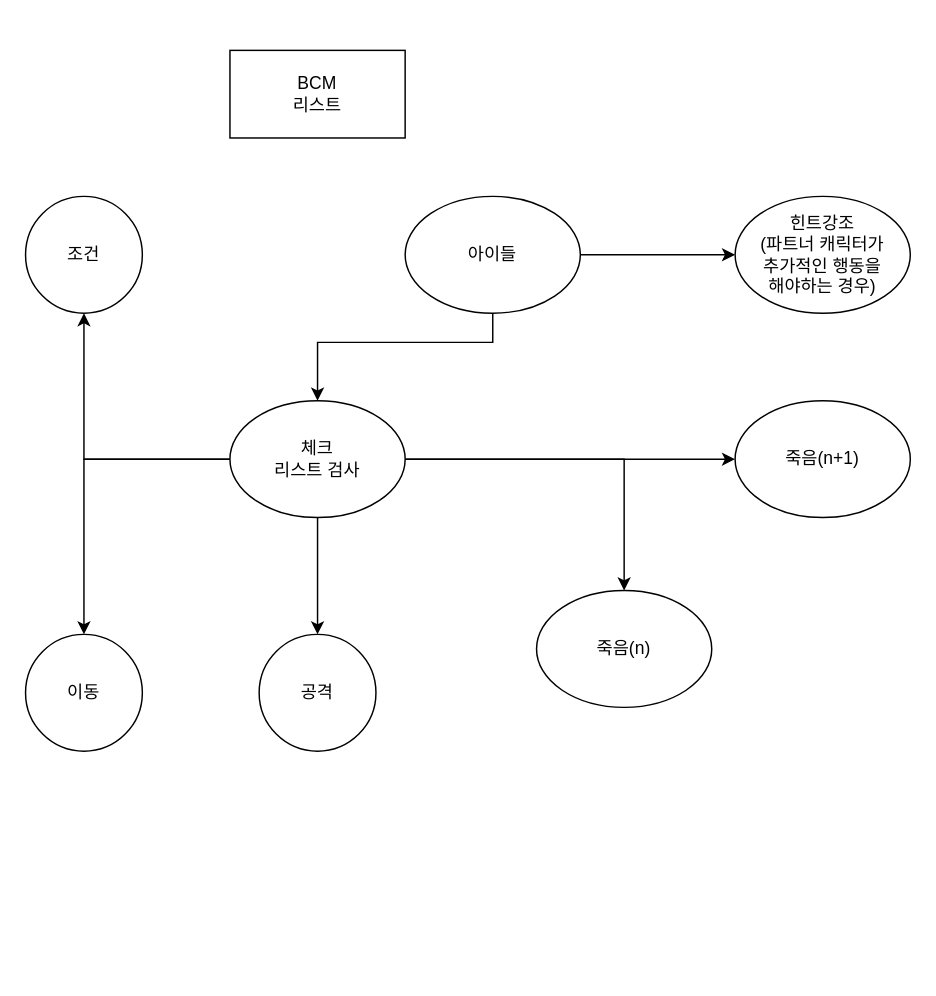
Before: 코딩몬상태패턴.drawio in FavorKim/126_CodeMonster, a draw.io diagram. Source tidied: cells renumbered, new cells numbered last; positions are measured from the earlier drawing's top-left corner, leaving out a move shared by most shapes. Both pictures are drawn from the tidied source at 146%, with x=0, y=0 at pixel (25, 50).
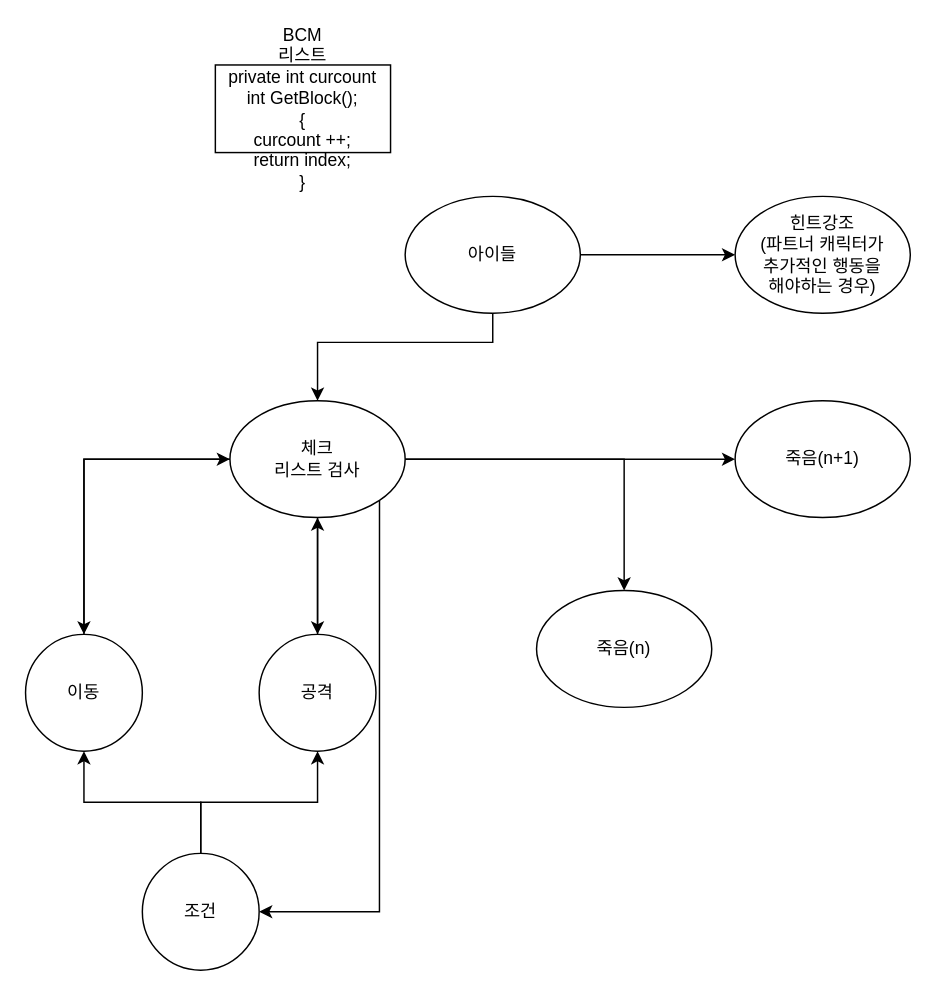
After the change.

Commit message:
코딩몬상태패턴.drawio 업데이트

The change refers to these unchanged cells:
```xml
<mxCell id="10" value="체크&lt;div&gt;리스트 검사&lt;/div&gt;" style="ellipse;whiteSpace=wrap;html=1;" parent="1" vertex="1">
  <mxGeometry x="140" y="240" width="120" height="80" as="geometry" />
</mxCell>
<mxCell id="13" value="이동" style="ellipse;whiteSpace=wrap;html=1;" parent="1" vertex="1">
  <mxGeometry y="400" width="80" height="80" as="geometry" />
</mxCell>
<mxCell id="14" value="공격" style="ellipse;whiteSpace=wrap;html=1;" parent="1" vertex="1">
  <mxGeometry x="160" y="400" width="80" height="80" as="geometry" />
</mxCell>
```

The edit, as a diff of the source:
```diff
@@
-    <mxCell id="7" style="edgeStyle=orthogonalEdgeStyle;rounded=0;jettySize=auto;html=1;" parent="1" edge="1" source="10" target="16">
-      <mxGeometry relative="1" as="geometry" />
-    </mxCell>
@@
+    <mxCell id="7" style="edgeStyle=orthogonalEdgeStyle;rounded=0;jettySize=auto;html=1;exitX=1;exitY=1;exitDx=0;exitDy=0;entryX=1;entryY=0.5;entryDx=0;entryDy=0;" parent="1" edge="1" source="10" target="16">
+      <mxGeometry relative="1" as="geometry" />
+    </mxCell>
@@
+    <mxCell id="18" style="edgeStyle=orthogonalEdgeStyle;rounded=0;jettySize=auto;html=1;exitX=0.5;exitY=0;exitDx=0;exitDy=0;entryX=0;entryY=0.5;entryDx=0;entryDy=0;" parent="1" edge="1" source="13" target="10">
+      <mxGeometry relative="1" as="geometry" />
+    </mxCell>
@@
+    <mxCell id="19" style="edgeStyle=orthogonalEdgeStyle;rounded=0;jettySize=auto;html=1;" parent="1" edge="1" source="14" target="10">
+      <mxGeometry relative="1" as="geometry" />
+    </mxCell>
@@
+    <mxCell id="20" style="edgeStyle=orthogonalEdgeStyle;rounded=0;jettySize=auto;html=1;" parent="1" edge="1" source="16" target="13">
+      <mxGeometry relative="1" as="geometry" />
+    </mxCell>
+    <mxCell id="21" style="edgeStyle=orthogonalEdgeStyle;rounded=0;jettySize=auto;html=1;" parent="1" edge="1" source="16" target="14">
+      <mxGeometry relative="1" as="geometry" />
+    </mxCell>
     <mxCell id="16" value="조건" style="ellipse;whiteSpace=wrap;html=1;" parent="1" vertex="1">
-      <mxGeometry y="100" width="80" height="80" as="geometry" />
+      <mxGeometry x="80" y="550" width="80" height="80" as="geometry" />
     </mxCell>
-    <mxCell id="17" value="BCM&lt;div&gt;리스트&lt;/div&gt;" style="rounded=0;whiteSpace=wrap;html=1;" parent="1" vertex="1">
-      <mxGeometry x="140" width="120" height="60" as="geometry" />
+    <mxCell id="17" value="BCM&lt;div&gt;리스트&lt;/div&gt;&lt;div&gt;private int curcount&lt;/div&gt;&lt;div&gt;int GetBlock();&lt;/div&gt;&lt;div&gt;{&lt;/div&gt;&lt;div&gt;curcount ++;&lt;br&gt;&lt;/div&gt;&lt;div&gt;return index;&lt;/div&gt;&lt;div&gt;}&lt;/div&gt;" style="rounded=0;whiteSpace=wrap;html=1;" parent="1" vertex="1">
+      <mxGeometry x="130" y="10" width="120" height="60" as="geometry" />
     </mxCell>
```
